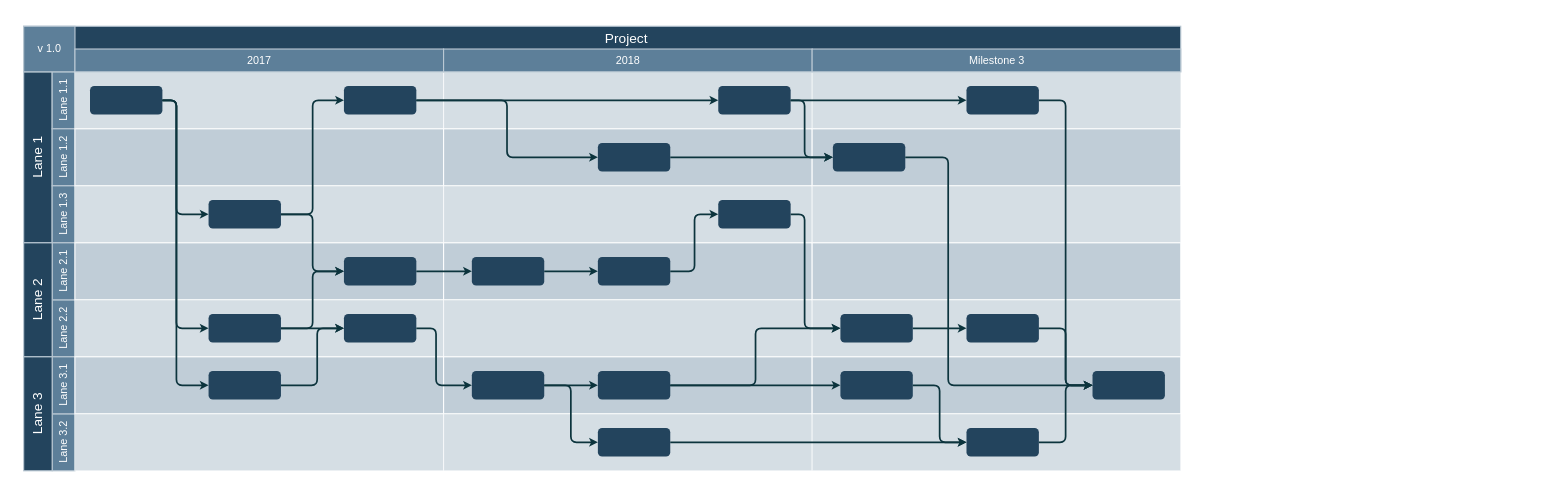
Before: Untitled Diagram.drawio in Student2Pro/vnncomp2021, a draw.io diagram. Source tidied: cells renumbered, new cells numbered last; positions are measured from the earlier drawing's top-left corner, leaving out a move shared by most shapes. Both pictures are drawn from the tidied source at 57%, with x=0, y=0 at pixel (23, 26).
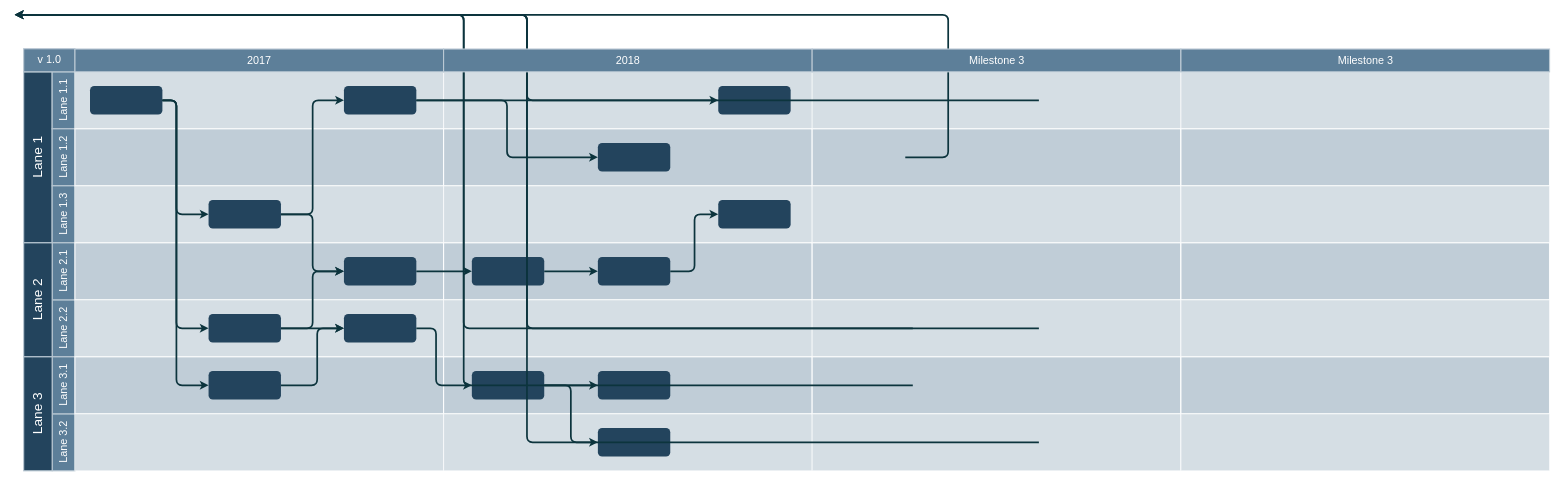
The same diagram, later.

The change refers to these unchanged cells:
```xml
<mxCell id="43" style="rounded=1;fillColor=#23445D;strokeColor=none;strokeWidth=2;fontFamily=Helvetica;html=1;gradientColor=none;" parent="1" vertex="1">
  <mxGeometry x="1007.4" y="205.5" width="127" height="50" as="geometry" />
</mxCell>
<mxCell id="44" style="rounded=1;fillColor=#23445D;strokeColor=none;strokeWidth=2;fontFamily=Helvetica;html=1;gradientColor=none;" parent="1" vertex="1">
  <mxGeometry x="1218.6" y="105.5" width="127" height="50" as="geometry" />
</mxCell>
<mxCell id="47" style="rounded=1;fillColor=#23445D;strokeColor=none;strokeWidth=2;fontFamily=Helvetica;html=1;gradientColor=none;" parent="1" vertex="1">
  <mxGeometry x="1007.4" y="705.5" width="127" height="50" as="geometry" />
</mxCell>
<mxCell id="49" style="rounded=1;fillColor=#23445D;strokeColor=none;strokeWidth=2;fontFamily=Helvetica;html=1;gradientColor=none;" parent="1" vertex="1">
  <mxGeometry x="1007.4" y="605.5" width="127" height="50" as="geometry" />
</mxCell>
<mxCell id="51" style="rounded=1;fillColor=#23445D;strokeColor=none;strokeWidth=2;fontFamily=Helvetica;html=1;gradientColor=none;" parent="1" vertex="1">
  <mxGeometry x="1218.6" y="305.5" width="127" height="50" as="geometry" />
</mxCell>
```

Diff of the diagram source:
```diff
@@
-    <mxCell id="2" value="Project&#10;" style="strokeColor=#BAC8D3;fillColor=#23445D;fontSize=24;strokeWidth=2;fontFamily=Helvetica;html=1;fontColor=#FFFFFF;fontStyle=0;spacingBottom=8;spacingRight=0;spacingLeft=83;" parent="1" vertex="1">
-      <mxGeometry y="0.5" width="2030" height="80" as="geometry" />
-    </mxCell>
@@
     <mxCell id="5" value="v 1.0" style="strokeColor=#BAC8D3;fillColor=#5d7f99;fontSize=19;strokeWidth=2;fontFamily=Helvetica;html=1;labelBackgroundColor=none;fontColor=#FFFFFF;" parent="1" vertex="1">
-      <mxGeometry y="0.5" width="90" height="80" as="geometry" />
+      <mxGeometry y="40" width="90" height="40.5" as="geometry" />
     </mxCell>
@@
-    <mxCell id="36" style="rounded=1;fillColor=#23445D;strokeColor=none;strokeWidth=2;fontFamily=Helvetica;html=1;gradientColor=none;" parent="1" vertex="1">
+    <mxCell id="36" style="rounded=1;fillColor=#23445D;strokeColor=none;strokeWidth=2;fontFamily=Helvetica;html=1;gradientDirection=south;" parent="1" vertex="1">
       <mxGeometry x="116.4" y="105.5" width="127" height="50" as="geometry" />
     </mxCell>
@@
-    <mxCell id="45" style="rounded=1;fillColor=#23445D;strokeColor=none;strokeWidth=2;gradientColor=none;fontFamily=Helvetica;html=1;" parent="1" vertex="1">
-      <mxGeometry x="1875.2" y="605.5" width="127" height="50" as="geometry" />
-    </mxCell>
@@
-    <mxCell id="52" style="rounded=1;fillColor=#23445D;strokeColor=none;strokeWidth=2;gradientColor=none;fontFamily=Helvetica;html=1;" parent="1" vertex="1">
-      <mxGeometry x="1432.9" y="505.5" width="127" height="50" as="geometry" />
-    </mxCell>
-    <mxCell id="53" style="rounded=1;fillColor=#23445D;strokeColor=none;strokeWidth=2;gradientColor=none;fontFamily=Helvetica;html=1;" parent="1" vertex="1">
-      <mxGeometry x="1654.1" y="505.5" width="127" height="50" as="geometry" />
-    </mxCell>
-    <mxCell id="54" style="rounded=1;fillColor=#23445D;strokeColor=none;strokeWidth=2;gradientColor=none;fontFamily=Helvetica;html=1;" parent="1" vertex="1">
-      <mxGeometry x="1419.7" y="205.5" width="127" height="50" as="geometry" />
-    </mxCell>
-    <mxCell id="55" style="rounded=1;fillColor=#23445D;strokeColor=none;strokeWidth=2;gradientColor=none;fontFamily=Helvetica;html=1;" parent="1" vertex="1">
-      <mxGeometry x="1432.9" y="605.5" width="127" height="50" as="geometry" />
-    </mxCell>
-    <mxCell id="56" style="rounded=1;fillColor=#23445D;strokeColor=none;strokeWidth=2;gradientColor=none;fontFamily=Helvetica;html=1;" parent="1" vertex="1">
-      <mxGeometry x="1654.1" y="705.5" width="127" height="50" as="geometry" />
-    </mxCell>
-    <mxCell id="57" style="rounded=1;fillColor=#23445D;strokeColor=none;strokeWidth=2;gradientColor=none;fontFamily=Helvetica;html=1;" parent="1" vertex="1">
-      <mxGeometry x="1654.1" y="105.5" width="127" height="50" as="geometry" />
-    </mxCell>
@@
-    <mxCell id="72" style="edgeStyle=elbowEdgeStyle;elbow=horizontal;strokeWidth=3;strokeColor=#0C343D;fontFamily=Helvetica;html=1;" parent="1" edge="1" source="47" target="56">
-      <mxGeometry x="6.4" y="830.5" as="geometry" />
-    </mxCell>
-    <mxCell id="73" style="edgeStyle=elbowEdgeStyle;elbow=horizontal;strokeWidth=3;strokeColor=#0C343D;fontFamily=Helvetica;html=1;" parent="1" edge="1" source="56" target="45">
-      <mxGeometry x="6.4" y="830.5" as="geometry" />
+    <mxCell id="73" style="edgeStyle=elbowEdgeStyle;elbow=horizontal;strokeWidth=3;strokeColor=#0C343D;fontFamily=Helvetica;html=1;" parent="1" edge="1">
+      <mxGeometry x="6.4" y="830.5" as="geometry">
+        <mxPoint x="1781.1" y="730.5" as="sourcePoint" />
+        <mxPoint x="-15.6" y="-19.5" as="targetPoint" />
+      </mxGeometry>
     </mxCell>
-    <mxCell id="74" style="edgeStyle=elbowEdgeStyle;elbow=horizontal;strokeWidth=3;strokeColor=#0C343D;fontFamily=Helvetica;html=1;" parent="1" edge="1" source="54" target="45">
+    <mxCell id="74" style="edgeStyle=elbowEdgeStyle;elbow=horizontal;strokeWidth=3;strokeColor=#0C343D;fontFamily=Helvetica;html=1;" parent="1" edge="1">
       <mxGeometry x="6.4" y="830.5" as="geometry">
+        <mxPoint x="1546.7" y="230.5" as="sourcePoint" />
+        <mxPoint x="-15.6" y="-19.5" as="targetPoint" />
         <Array as="points">
           <mxPoint x="1622" y="430.5" />
         </Array>
       </mxGeometry>
     </mxCell>
-    <mxCell id="75" style="edgeStyle=elbowEdgeStyle;elbow=horizontal;strokeWidth=3;strokeColor=#0C343D;fontFamily=Helvetica;html=1;" parent="1" edge="1" source="55" target="56">
-      <mxGeometry x="6.4" y="830.5" as="geometry" />
+    <mxCell id="75" style="edgeStyle=elbowEdgeStyle;elbow=horizontal;strokeWidth=3;strokeColor=#0C343D;fontFamily=Helvetica;html=1;" parent="1" edge="1">
+      <mxGeometry x="6.4" y="830.5" as="geometry">
+        <mxPoint x="1559.9" y="630.5" as="sourcePoint" />
+        <mxPoint x="-15.6" y="-19.5" as="targetPoint" />
+      </mxGeometry>
     </mxCell>
-    <mxCell id="76" style="edgeStyle=elbowEdgeStyle;elbow=horizontal;strokeWidth=3;strokeColor=#0C343D;fontFamily=Helvetica;html=1;" parent="1" edge="1" source="49" target="52">
-      <mxGeometry x="6.4" y="830.5" as="geometry" />
-    </mxCell>
-    <mxCell id="77" style="edgeStyle=elbowEdgeStyle;elbow=horizontal;strokeWidth=3;strokeColor=#0C343D;fontFamily=Helvetica;html=1;" parent="1" edge="1" source="49" target="55">
-      <mxGeometry x="6.4" y="830.5" as="geometry" />
-    </mxCell>
@@
-    <mxCell id="79" style="edgeStyle=elbowEdgeStyle;elbow=horizontal;strokeWidth=3;strokeColor=#0C343D;fontFamily=Helvetica;html=1;" parent="1" edge="1" source="43" target="54">
-      <mxGeometry x="6.4" y="830.5" as="geometry" />
-    </mxCell>
-    <mxCell id="80" style="edgeStyle=elbowEdgeStyle;elbow=horizontal;strokeWidth=3;strokeColor=#0C343D;fontFamily=Helvetica;html=1;" parent="1" edge="1" source="44" target="54">
-      <mxGeometry x="6.4" y="830.5" as="geometry">
-        <Array as="points">
-          <mxPoint x="1370.1" y="180.5" />
-        </Array>
-      </mxGeometry>
-    </mxCell>
-    <mxCell id="81" style="edgeStyle=elbowEdgeStyle;elbow=horizontal;strokeWidth=3;strokeColor=#0C343D;fontFamily=Helvetica;html=1;" parent="1" edge="1" source="44" target="57">
-      <mxGeometry x="6.4" y="830.5" as="geometry" />
-    </mxCell>
-    <mxCell id="82" style="edgeStyle=elbowEdgeStyle;elbow=horizontal;strokeWidth=3;strokeColor=#0C343D;fontFamily=Helvetica;html=1;" parent="1" edge="1" source="57" target="45">
-      <mxGeometry x="6.4" y="830.5" as="geometry" />
+    <mxCell id="82" style="edgeStyle=elbowEdgeStyle;elbow=horizontal;strokeWidth=3;strokeColor=#0C343D;fontFamily=Helvetica;html=1;" parent="1" edge="1">
+      <mxGeometry x="6.4" y="830.5" as="geometry">
+        <mxPoint x="1781.1" y="130.5" as="sourcePoint" />
+        <mxPoint x="-15.6" y="-19.5" as="targetPoint" />
+      </mxGeometry>
     </mxCell>
-    <mxCell id="83" style="edgeStyle=elbowEdgeStyle;elbow=horizontal;strokeWidth=3;strokeColor=#0C343D;fontFamily=Helvetica;html=1;" parent="1" edge="1" source="53" target="45">
-      <mxGeometry x="6.4" y="830.5" as="geometry" />
+    <mxCell id="83" style="edgeStyle=elbowEdgeStyle;elbow=horizontal;strokeWidth=3;strokeColor=#0C343D;fontFamily=Helvetica;html=1;" parent="1" edge="1">
+      <mxGeometry x="6.4" y="830.5" as="geometry">
+        <mxPoint x="1781.1" y="530.5" as="sourcePoint" />
+        <mxPoint x="-15.6" y="-19.5" as="targetPoint" />
+      </mxGeometry>
     </mxCell>
-    <mxCell id="84" style="edgeStyle=elbowEdgeStyle;elbow=horizontal;strokeWidth=3;strokeColor=#0C343D;fontFamily=Helvetica;html=1;" parent="1" edge="1" source="52" target="53">
-      <mxGeometry x="6.4" y="830.5" as="geometry" />
+    <mxCell id="84" style="edgeStyle=elbowEdgeStyle;elbow=horizontal;strokeWidth=3;strokeColor=#0C343D;fontFamily=Helvetica;html=1;" parent="1" edge="1">
+      <mxGeometry x="6.4" y="830.5" as="geometry">
+        <mxPoint x="1559.9" y="530.5" as="sourcePoint" />
+        <mxPoint x="-15.6" y="-19.5" as="targetPoint" />
+      </mxGeometry>
     </mxCell>
-    <mxCell id="85" style="edgeStyle=elbowEdgeStyle;elbow=horizontal;strokeWidth=3;strokeColor=#0C343D;fontFamily=Helvetica;html=1;" parent="1" edge="1" source="51" target="52">
-      <mxGeometry x="6.4" y="830.5" as="geometry">
-        <Array as="points">
-          <mxPoint x="1370.1" y="430.5" />
-        </Array>
-      </mxGeometry>
-    </mxCell>
@@
+    <mxCell id="90" style="strokeColor=#FFFFFF;fillColor=#BAC8D3;fontSize=18;strokeWidth=2;fontFamily=Helvetica;html=1;opacity=60;" parent="1" vertex="1">
+      <mxGeometry x="2030.3" y="80.5" width="647" height="100" as="geometry" />
+    </mxCell>
+    <mxCell id="91" style="strokeColor=#FFFFFF;fillColor=#BAC8D3;fontSize=18;strokeWidth=2;fontFamily=Helvetica;html=1;opacity=90;" parent="1" vertex="1">
+      <mxGeometry x="2030.3" y="180.5" width="646.7" height="100" as="geometry" />
+    </mxCell>
+    <mxCell id="92" style="strokeColor=#FFFFFF;fillColor=#BAC8D3;fontSize=18;strokeWidth=2;fontFamily=Helvetica;html=1;opacity=60;" parent="1" vertex="1">
+      <mxGeometry x="2030.3" y="280.5" width="646.7" height="100" as="geometry" />
+    </mxCell>
+    <mxCell id="93" style="strokeColor=#FFFFFF;fillColor=#BAC8D3;fontSize=18;strokeWidth=2;fontFamily=Helvetica;html=1;opacity=90;" parent="1" vertex="1">
+      <mxGeometry x="2030.3" y="380.5" width="646.7" height="100" as="geometry" />
+    </mxCell>
+    <mxCell id="94" style="strokeColor=#FFFFFF;fillColor=#BAC8D3;fontSize=18;strokeWidth=2;fontFamily=Helvetica;html=1;opacity=60;" parent="1" vertex="1">
+      <mxGeometry x="2030.3" y="480.5" width="646.7" height="100" as="geometry" />
+    </mxCell>
+    <mxCell id="95" style="strokeColor=#FFFFFF;fillColor=#BAC8D3;fontSize=18;strokeWidth=2;fontFamily=Helvetica;html=1;opacity=90;" parent="1" vertex="1">
+      <mxGeometry x="2030.3" y="580.5" width="646.7" height="100" as="geometry" />
+    </mxCell>
+    <mxCell id="96" style="strokeColor=#FFFFFF;fillColor=#BAC8D3;fontSize=18;strokeWidth=2;fontFamily=Helvetica;html=1;opacity=60;fontStyle=4;" parent="1" vertex="1">
+      <mxGeometry x="2030.3" y="680.5" width="646.7" height="100" as="geometry" />
+    </mxCell>
+    <mxCell id="97" value="Milestone 3" style="strokeColor=#BAC8D3;fillColor=#5d7f99;fontSize=19;strokeWidth=2;fontFamily=Helvetica;html=1;labelBackgroundColor=none;fontColor=#FFFFFF;" parent="1" vertex="1">
+      <mxGeometry x="2030.3" y="40.5" width="646.7" height="40" as="geometry" />
+    </mxCell>
```
